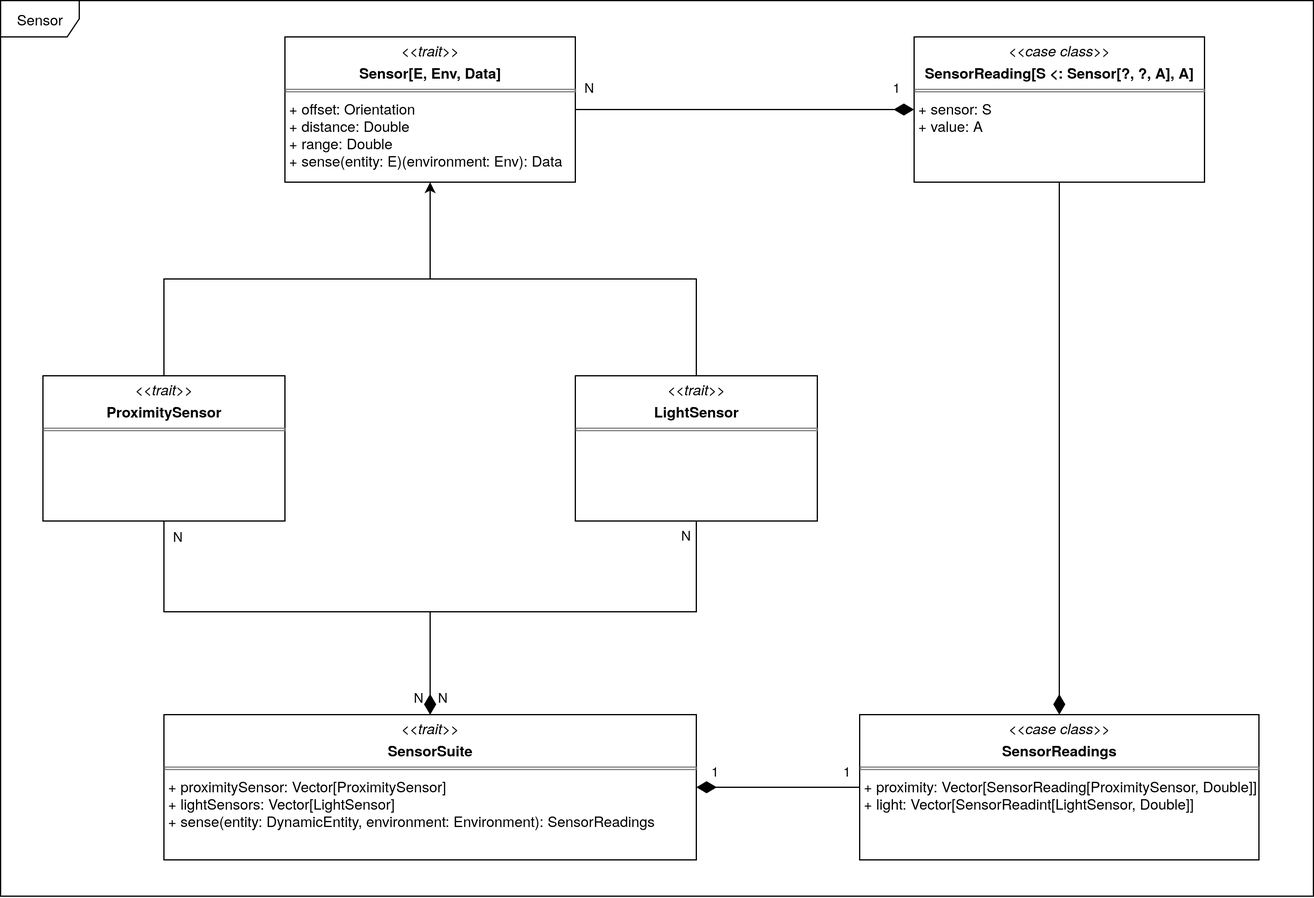
Scala-Robotics-Simulator/PPS-22-srs keeps this draw.io diagram as docs/static/img/04-detailed-design/sensor.png. Above is the earlier version. Source tidied: cells renumbered, new cells last; positions are measured from the earlier drawing's top-left corner, leaving out a move shared by most shapes.
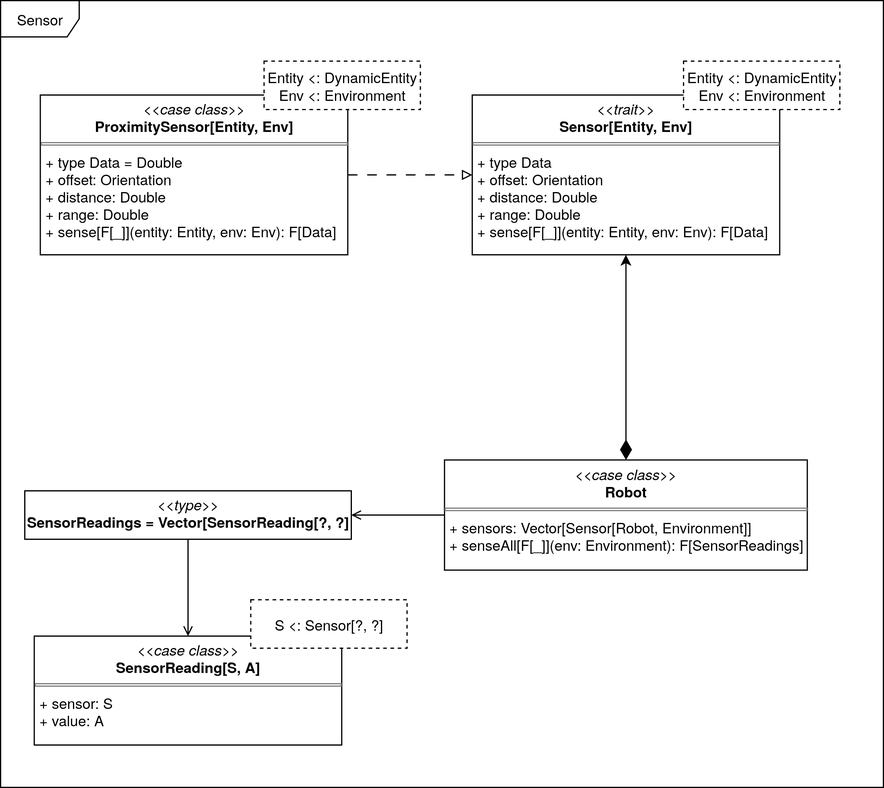
Later version of the same file.

What changed in the source:
```diff
@@ -2,80 +2,44 @@
   <root>
     <mxCell id="0" />
     <mxCell id="1" parent="0" />
-    <mxCell id="2" value="&lt;p style=&quot;margin:0px;margin-top:4px;text-align:center;&quot;&gt;&lt;i&gt;&amp;lt;&amp;lt;trait&amp;gt;&amp;gt;&lt;/i&gt;&lt;/p&gt;&lt;p style=&quot;margin:0px;margin-top:4px;text-align:center;&quot;&gt;&lt;b&gt;Sensor[E, Env, Data]&lt;/b&gt;&lt;/p&gt;&lt;hr size=&quot;1&quot; style=&quot;border-style:solid;&quot;&gt;&lt;div&gt;&amp;nbsp;+ offset: Orientation&lt;/div&gt;&lt;div&gt;&amp;nbsp;+ distance: Double&lt;/div&gt;&lt;div&gt;&amp;nbsp;+ range: Double&lt;/div&gt;&lt;div&gt;&amp;nbsp;+ sense(entity: E)(environment: Env): Data&lt;/div&gt;" style="verticalAlign=top;align=left;overflow=fill;html=1;whiteSpace=wrap;" parent="1" vertex="1">
-      <mxGeometry x="235" y="30" width="240" height="120" as="geometry" />
+    <mxCell id="2" value="&lt;div&gt;Sensor&lt;/div&gt;" style="shape=umlFrame;whiteSpace=wrap;html=1;width=65;height=30;fillStyle=solid;shadow=0;fillColor=default;" parent="1" vertex="1">
+      <mxGeometry width="730" height="650" as="geometry" />
     </mxCell>
-    <mxCell id="3" style="edgeStyle=orthogonalEdgeStyle;rounded=0;jettySize=auto;html=1;entryX=0.5;entryY=1;entryDx=0;entryDy=0;" parent="1" edge="1" source="4" target="2">
-      <mxGeometry relative="1" as="geometry" />
+    <mxCell id="3" value="&lt;p style=&quot;margin:0px;margin-top:4px;text-align:center;&quot;&gt;&lt;i&gt;&amp;lt;&amp;lt;trait&amp;gt;&amp;gt;&lt;br&gt;&lt;/i&gt;&lt;b&gt;Sensor[Entity, Env]&lt;/b&gt;&lt;/p&gt;&lt;hr size=&quot;1&quot; style=&quot;border-style:solid;&quot;&gt;&lt;p style=&quot;margin:0px;margin-left:4px;&quot;&gt;&lt;/p&gt;&lt;p style=&quot;margin:0px;margin-left:4px;&quot;&gt;+ type Data&lt;/p&gt;&lt;p style=&quot;margin:0px;margin-left:4px;&quot;&gt;+ offset: Orientation&lt;/p&gt;&lt;p style=&quot;margin:0px;margin-left:4px;&quot;&gt;+ distance: Double&lt;/p&gt;&lt;p style=&quot;margin:0px;margin-left:4px;&quot;&gt;+ range: Double&lt;/p&gt;&lt;p style=&quot;margin:0px;margin-left:4px;&quot;&gt;+ sense[F[_]](entity: Entity, env: Env): F[Data]&lt;/p&gt;" style="verticalAlign=top;align=left;overflow=fill;html=1;whiteSpace=wrap;" parent="1" vertex="1">
+      <mxGeometry x="390" y="78" width="254.2" height="132" as="geometry" />
     </mxCell>
-    <mxCell id="4" value="&lt;p style=&quot;margin:0px;margin-top:4px;text-align:center;&quot;&gt;&lt;i&gt;&amp;lt;&amp;lt;trait&amp;gt;&amp;gt;&lt;/i&gt;&lt;/p&gt;&lt;p style=&quot;margin:0px;margin-top:4px;text-align:center;&quot;&gt;&lt;b&gt;ProximitySensor&lt;/b&gt;&lt;/p&gt;&lt;hr size=&quot;1&quot; style=&quot;border-style:solid;&quot;&gt;" style="verticalAlign=top;align=left;overflow=fill;html=1;whiteSpace=wrap;" parent="1" vertex="1">
-      <mxGeometry x="35" y="310" width="200" height="120" as="geometry" />
+    <mxCell id="4" value="&lt;div&gt;Entity &amp;lt;: DynamicEntity&lt;/div&gt;Env &amp;lt;: Environment" style="rounded=0;whiteSpace=wrap;html=1;dashed=1;" parent="1" vertex="1">
+      <mxGeometry x="564.8" y="50" width="129.2" height="40" as="geometry" />
     </mxCell>
-    <mxCell id="5" style="edgeStyle=orthogonalEdgeStyle;rounded=0;jettySize=auto;html=1;exitX=0.5;exitY=0;exitDx=0;exitDy=0;endArrow=none;endFill=0;" parent="1" edge="1" source="6">
-      <mxGeometry relative="1" as="geometry">
-        <mxPoint x="355" y="230" as="targetPoint" />
-        <Array as="points">
-          <mxPoint x="575" y="230" />
-        </Array>
-      </mxGeometry>
+    <mxCell id="5" value="&lt;p style=&quot;margin:0px;margin-top:4px;text-align:center;&quot;&gt;&lt;i&gt;&amp;lt;&amp;lt;case class&amp;gt;&amp;gt;&lt;br&gt;&lt;/i&gt;&lt;b&gt;SensorReading[S, A]&lt;/b&gt;&lt;/p&gt;&lt;hr size=&quot;1&quot; style=&quot;border-style:solid;&quot;&gt;&lt;p style=&quot;margin:0px;margin-left:4px;&quot;&gt;&lt;/p&gt;&lt;p style=&quot;margin:0px;margin-left:4px;&quot;&gt;+ sensor: S&lt;/p&gt;&lt;p style=&quot;margin:0px;margin-left:4px;&quot;&gt;+ value: A&lt;/p&gt;" style="verticalAlign=top;align=left;overflow=fill;html=1;whiteSpace=wrap;" parent="1" vertex="1">
+      <mxGeometry x="27.9" y="525" width="254.2" height="90" as="geometry" />
     </mxCell>
-    <mxCell id="6" value="&lt;p style=&quot;margin:0px;margin-top:4px;text-align:center;&quot;&gt;&lt;i&gt;&amp;lt;&amp;lt;trait&amp;gt;&amp;gt;&lt;/i&gt;&lt;/p&gt;&lt;p style=&quot;margin:0px;margin-top:4px;text-align:center;&quot;&gt;&lt;b&gt;LightSensor&lt;/b&gt;&lt;/p&gt;&lt;hr size=&quot;1&quot; style=&quot;border-style:solid;&quot;&gt;" style="verticalAlign=top;align=left;overflow=fill;html=1;whiteSpace=wrap;" parent="1" vertex="1">
-      <mxGeometry x="475" y="310" width="200" height="120" as="geometry" />
+    <mxCell id="6" value="S &amp;lt;: Sensor[?, ?]" style="rounded=0;whiteSpace=wrap;html=1;dashed=1;" parent="1" vertex="1">
+      <mxGeometry x="206.9" y="495" width="129.2" height="40" as="geometry" />
     </mxCell>
-    <mxCell id="7" style="edgeStyle=orthogonalEdgeStyle;rounded=0;jettySize=auto;html=1;entryX=1;entryY=0.5;entryDx=0;entryDy=0;startArrow=diamondThin;startFill=1;endArrow=none;endFill=0;endSize=14;startSize=14;" parent="1" edge="1" source="9" target="2">
+    <mxCell id="7" style="edgeStyle=orthogonalEdgeStyle;rounded=0;jettySize=auto;html=1;entryX=0.5;entryY=0;entryDx=0;entryDy=0;endArrow=open;endFill=0;" parent="1" edge="1" source="8" target="5">
       <mxGeometry relative="1" as="geometry" />
     </mxCell>
-    <mxCell id="8" value="&lt;div&gt;1&lt;/div&gt;" style="edgeLabel;html=1;align=center;verticalAlign=middle;points=[];" parent="7" vertex="1">
-      <mxGeometry x="0.9" y="-2" relative="1" as="geometry">
-        <mxPoint x="250" y="-18" as="offset" />
-      </mxGeometry>
+    <mxCell id="8" value="&lt;p style=&quot;margin:0px;margin-top:4px;text-align:center;&quot;&gt;&lt;i&gt;&amp;lt;&amp;lt;type&amp;gt;&amp;gt;&lt;br&gt;&lt;/i&gt;&lt;b&gt;SensorReadings = Vector[SensorReading[?, ?]&lt;/b&gt;&lt;/p&gt;" style="verticalAlign=top;align=left;overflow=fill;html=1;whiteSpace=wrap;" parent="1" vertex="1">
+      <mxGeometry x="20" y="405" width="270" height="40" as="geometry" />
     </mxCell>
-    <mxCell id="9" value="&lt;p style=&quot;margin:0px;margin-top:4px;text-align:center;&quot;&gt;&lt;i&gt;&amp;lt;&amp;lt;case class&amp;gt;&amp;gt;&lt;/i&gt;&lt;/p&gt;&lt;p style=&quot;margin:0px;margin-top:4px;text-align:center;&quot;&gt;&lt;b&gt;SensorReading[S &amp;lt;: Sensor[?, ?, A], A]&lt;/b&gt;&lt;/p&gt;&lt;hr size=&quot;1&quot; style=&quot;border-style:solid;&quot;&gt;&lt;div&gt;&amp;nbsp;+ sensor: S&lt;/div&gt;&lt;div&gt;&amp;nbsp;+ value: A&lt;/div&gt;" style="verticalAlign=top;align=left;overflow=fill;html=1;whiteSpace=wrap;" parent="1" vertex="1">
-      <mxGeometry x="755" y="30" width="240" height="120" as="geometry" />
+    <mxCell id="9" style="edgeStyle=orthogonalEdgeStyle;rounded=0;jettySize=auto;html=1;entryX=0;entryY=0.5;entryDx=0;entryDy=0;endArrow=block;endFill=0;dashed=1;dashPattern=8 8;" parent="1" edge="1" source="10" target="3">
+      <mxGeometry relative="1" as="geometry" />
     </mxCell>
-    <mxCell id="10" value="N" style="edgeLabel;html=1;align=center;verticalAlign=middle;points=[];" parent="1" vertex="1">
-      <mxGeometry x="485" y="70" as="geometry" />
+    <mxCell id="10" value="&lt;p style=&quot;margin:0px;margin-top:4px;text-align:center;&quot;&gt;&lt;i&gt;&amp;lt;&amp;lt;case class&amp;gt;&amp;gt;&lt;br&gt;&lt;/i&gt;&lt;b&gt;ProximitySensor[Entity, Env]&lt;/b&gt;&lt;/p&gt;&lt;hr size=&quot;1&quot; style=&quot;border-style:solid;&quot;&gt;&lt;p style=&quot;margin:0px;margin-left:4px;&quot;&gt;&lt;/p&gt;&lt;p style=&quot;margin:0px;margin-left:4px;&quot;&gt;+ type Data = Double&lt;/p&gt;&lt;p style=&quot;margin:0px;margin-left:4px;&quot;&gt;+ offset: Orientation&lt;/p&gt;&lt;p style=&quot;margin:0px;margin-left:4px;&quot;&gt;+ distance: Double&lt;/p&gt;&lt;p style=&quot;margin:0px;margin-left:4px;&quot;&gt;+ range: Double&lt;/p&gt;&lt;p style=&quot;margin:0px;margin-left:4px;&quot;&gt;+ sense[F[_]](entity: Entity, env: Env): F[Data]&lt;/p&gt;" style="verticalAlign=top;align=left;overflow=fill;html=1;whiteSpace=wrap;" parent="1" vertex="1">
+      <mxGeometry x="32.9" y="78" width="254.2" height="132" as="geometry" />
     </mxCell>
-    <mxCell id="11" style="edgeStyle=orthogonalEdgeStyle;rounded=0;jettySize=auto;html=1;entryX=0.5;entryY=1;entryDx=0;entryDy=0;startArrow=diamondThin;startFill=1;startSize=14;endArrow=none;endFill=0;" parent="1" edge="1" source="15" target="4">
-      <mxGeometry relative="1" as="geometry" />
+    <mxCell id="11" value="&lt;div&gt;Entity &amp;lt;: DynamicEntity&lt;/div&gt;Env &amp;lt;: Environment" style="rounded=0;whiteSpace=wrap;html=1;dashed=1;" parent="1" vertex="1">
+      <mxGeometry x="217.9" y="50" width="129.2" height="40" as="geometry" />
     </mxCell>
-    <mxCell id="12" value="&lt;div&gt;N&lt;/div&gt;" style="edgeLabel;html=1;align=center;verticalAlign=middle;" parent="11" vertex="1">
-      <mxGeometry x="0.94" y="-2" relative="1" as="geometry">
-        <mxPoint x="8" as="offset" />
-      </mxGeometry>
+    <mxCell id="12" style="edgeStyle=orthogonalEdgeStyle;rounded=0;jettySize=auto;html=1;entryX=1;entryY=0.5;entryDx=0;entryDy=0;endArrow=open;endFill=0;" parent="1" edge="1" source="13" target="8">
+      <mxGeometry relative="1" as="geometry" />
     </mxCell>
-    <mxCell id="13" style="edgeStyle=orthogonalEdgeStyle;rounded=0;jettySize=auto;html=1;entryX=0.5;entryY=1;entryDx=0;entryDy=0;startArrow=diamondThin;startFill=1;startSize=14;endArrow=none;endFill=0;" parent="1" edge="1" source="15" target="6">
-      <mxGeometry relative="1" as="geometry" />
+    <mxCell id="13" value="&lt;p style=&quot;margin:0px;margin-top:4px;text-align:center;&quot;&gt;&lt;i&gt;&amp;lt;&amp;lt;case class&amp;gt;&amp;gt;&lt;br&gt;&lt;/i&gt;&lt;b&gt;Robot&lt;/b&gt;&lt;/p&gt;&lt;hr size=&quot;1&quot; style=&quot;border-style:solid;&quot;&gt;&lt;p style=&quot;margin:0px;margin-left:4px;&quot;&gt;&lt;/p&gt;&lt;p style=&quot;margin:0px;margin-left:4px;&quot;&gt;+ sensors: Vector[Sensor[Robot, Environment]]&lt;/p&gt;&lt;p style=&quot;margin:0px;margin-left:4px;&quot;&gt;+ senseAll[F[_]](env: Environment): F[SensorReadings]&lt;/p&gt;" style="verticalAlign=top;align=left;overflow=fill;html=1;whiteSpace=wrap;" parent="1" vertex="1">
+      <mxGeometry x="367.1" y="379.5" width="300" height="91" as="geometry" />
     </mxCell>
-    <mxCell id="14" style="edgeStyle=orthogonalEdgeStyle;rounded=0;jettySize=auto;html=1;entryX=0;entryY=0.5;entryDx=0;entryDy=0;startArrow=diamondThin;startFill=1;startSize=14;endArrow=none;endFill=0;" parent="1" edge="1" source="15" target="17">
+    <mxCell id="14" style="endArrow=classic;html=1;endSize=6;startArrow=diamondThin;startSize=14;startFill=1;align=left;verticalAlign=bottom;rounded=0;exitX=0.5;exitY=0;exitDx=0;exitDy=0;entryX=0.5;entryY=1;entryDx=0;entryDy=0;endFill=1;" parent="1" edge="1" source="13" target="3">
       <mxGeometry relative="1" as="geometry" />
     </mxCell>
-    <mxCell id="15" value="&lt;p style=&quot;margin:0px;margin-top:4px;text-align:center;&quot;&gt;&lt;i&gt;&amp;lt;&amp;lt;trait&amp;gt;&amp;gt;&lt;/i&gt;&lt;/p&gt;&lt;p style=&quot;margin:0px;margin-top:4px;text-align:center;&quot;&gt;&lt;b&gt;SensorSuite&lt;/b&gt;&lt;/p&gt;&lt;hr size=&quot;1&quot; style=&quot;border-style:solid;&quot;&gt;&lt;div&gt;&amp;nbsp;+ proximitySensor: Vector[ProximitySensor]&lt;/div&gt;&lt;div&gt;&amp;nbsp;+ lightSensors: Vector[LightSensor]&lt;/div&gt;&lt;div&gt;&amp;nbsp;+ sense(entity: DynamicEntity, environment: Environment): SensorReadings&lt;/div&gt;" style="verticalAlign=top;align=left;overflow=fill;html=1;whiteSpace=wrap;" parent="1" vertex="1">
-      <mxGeometry x="135" y="590" width="440" height="120" as="geometry" />
-    </mxCell>
-    <mxCell id="16" style="edgeStyle=orthogonalEdgeStyle;rounded=0;jettySize=auto;html=1;entryX=0.5;entryY=1;entryDx=0;entryDy=0;startArrow=diamondThin;startFill=1;startSize=14;endArrow=none;endFill=0;" parent="1" edge="1" source="17" target="9">
-      <mxGeometry relative="1" as="geometry" />
-    </mxCell>
-    <mxCell id="17" value="&lt;p style=&quot;margin:0px;margin-top:4px;text-align:center;&quot;&gt;&lt;i&gt;&amp;lt;&amp;lt;case class&amp;gt;&amp;gt;&lt;/i&gt;&lt;/p&gt;&lt;p style=&quot;margin:0px;margin-top:4px;text-align:center;&quot;&gt;&lt;b&gt;SensorReadings&lt;/b&gt;&lt;/p&gt;&lt;hr size=&quot;1&quot; style=&quot;border-style:solid;&quot;&gt;&lt;div&gt;&amp;nbsp;+ proximity: Vector[SensorReading[ProximitySensor, Double]]&lt;/div&gt;&lt;div&gt;&amp;nbsp;+ light: Vector[SensorReadint[LightSensor, Double]]&lt;/div&gt;" style="verticalAlign=top;align=left;overflow=fill;html=1;whiteSpace=wrap;" parent="1" vertex="1">
-      <mxGeometry x="710" y="590" width="330" height="120" as="geometry" />
-    </mxCell>
-    <mxCell id="18" value="&lt;div&gt;N&lt;/div&gt;" style="edgeLabel;html=1;align=center;verticalAlign=middle;" parent="1" vertex="1">
-      <mxGeometry x="565" y="440" as="geometry" />
-    </mxCell>
-    <mxCell id="19" value="&lt;div&gt;N&lt;/div&gt;" style="edgeLabel;html=1;align=center;verticalAlign=middle;" parent="1" vertex="1">
-      <mxGeometry x="364" y="574" as="geometry" />
-    </mxCell>
-    <mxCell id="20" value="&lt;div&gt;N&lt;/div&gt;" style="edgeLabel;html=1;align=center;verticalAlign=middle;" parent="1" vertex="1">
-      <mxGeometry x="344" y="574" as="geometry" />
-    </mxCell>
-    <mxCell id="21" value="&lt;div&gt;1&lt;/div&gt;" style="edgeLabel;html=1;align=center;verticalAlign=middle;" parent="1" vertex="1">
-      <mxGeometry x="589" y="635" as="geometry" />
-    </mxCell>
-    <mxCell id="22" value="&lt;div&gt;1&lt;/div&gt;" style="edgeLabel;html=1;align=center;verticalAlign=middle;" parent="1" vertex="1">
-      <mxGeometry x="698" y="635" as="geometry" />
-    </mxCell>
-    <mxCell id="23" value="&lt;div&gt;Sensor&lt;/div&gt;" style="shape=umlFrame;whiteSpace=wrap;html=1;width=65;height=30;fillStyle=solid;shadow=0;fillColor=default;" parent="1" vertex="1">
-      <mxGeometry width="1085" height="740" as="geometry" />
-    </mxCell>
   </root>
 </mxGraphModel>
```
